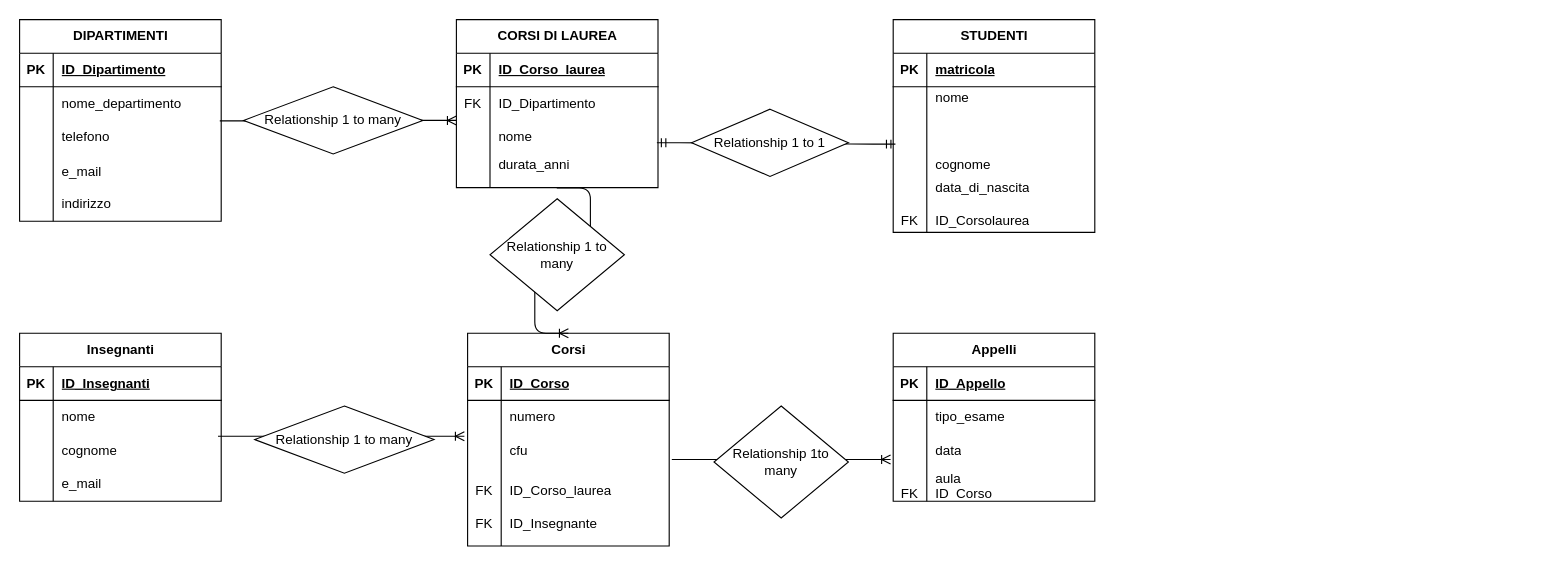
Earlier version of the draw.io diagram schema.dio (angelostori/db-university). Source tidied: cells renumbered, new cells numbered last; positions are measured from the earlier drawing's top-left corner, leaving out a move shared by most shapes. Both pictures are drawn from the tidied source at 112%, with x=0, y=0 at pixel (19, -575).
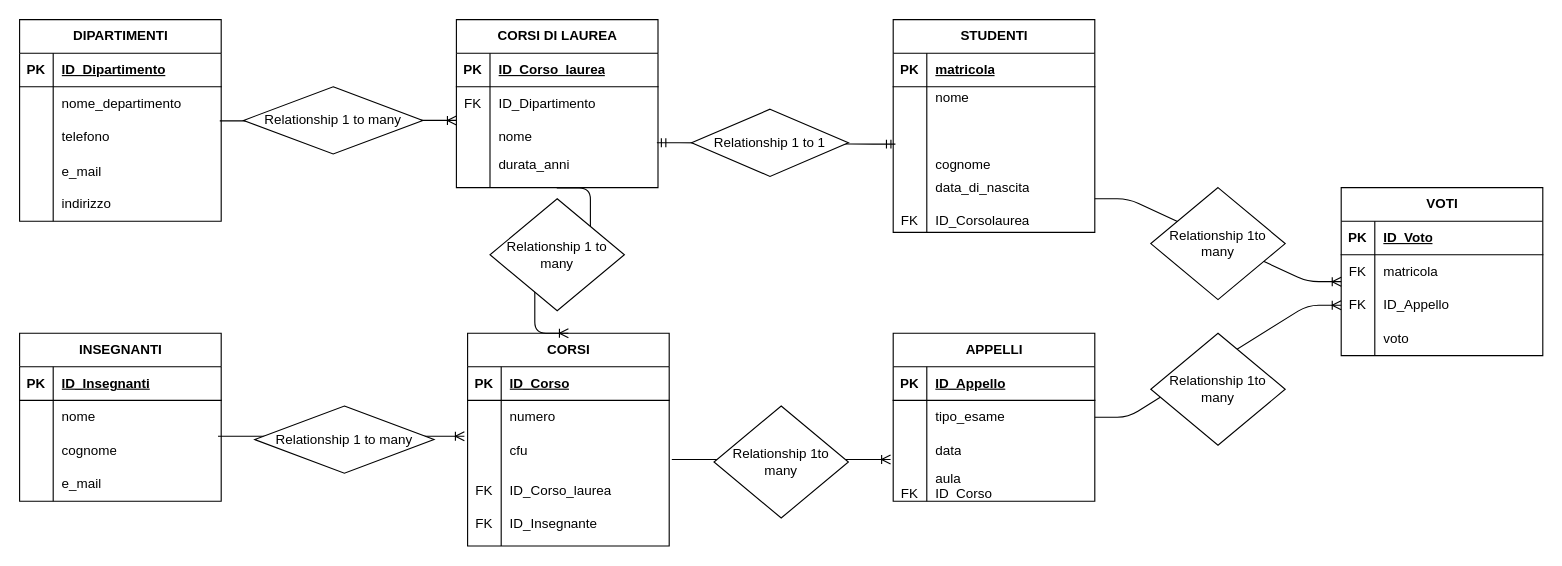
After the change.

Commit message:
Update schema to include Voti table and relationships

Unchanged cells that the change refers to:
```xml
<mxCell id="81" style="shape=tableRow;horizontal=0;startSize=0;swimlaneHead=0;swimlaneBody=0;fillColor=none;points=[[0,0.5],[1,0.5]];portConstraint=eastwest;top=0;left=0;right=0;bottom=0;" parent="77" vertex="1">
  <mxGeometry y="60" width="180" height="30" as="geometry" />
</mxCell>
```

The edit, as a diff of the source:
```diff
@@
-    <mxCell id="47" value="Corsi" style="shape=table;startSize=30;childLayout=tableLayout;rowLines=0;fontStyle=1;align=center;html=1;" parent="1" vertex="1">
+    <mxCell id="47" value="CORSI" style="shape=table;startSize=30;childLayout=tableLayout;rowLines=0;fontStyle=1;align=center;html=1;" parent="1" vertex="1">
       <mxGeometry x="400" y="810" width="180" height="190" as="geometry" />
     </mxCell>
@@
-    <mxCell id="62" value="Insegnanti" style="shape=table;startSize=30;childLayout=tableLayout;rowLines=0;fontStyle=1;align=center;html=1;" parent="1" vertex="1">
+    <mxCell id="62" value="INSEGNANTI" style="shape=table;startSize=30;childLayout=tableLayout;rowLines=0;fontStyle=1;align=center;html=1;" parent="1" vertex="1">
       <mxGeometry y="810" width="180" height="150" as="geometry" />
     </mxCell>
@@
-    <mxCell id="77" value="Appelli" style="shape=table;startSize=30;childLayout=tableLayout;rowLines=0;fontStyle=1;align=center;html=1;" parent="1" vertex="1">
+    <mxCell id="77" value="APPELLI" style="shape=table;startSize=30;childLayout=tableLayout;rowLines=0;fontStyle=1;align=center;html=1;" parent="1" vertex="1">
       <mxGeometry x="780" y="810" width="180" height="150" as="geometry" />
     </mxCell>
@@
+    <mxCell id="92" value="VOTI" style="shape=table;startSize=30;childLayout=tableLayout;rowLines=0;fontStyle=1;align=center;html=1;" parent="1" vertex="1">
+      <mxGeometry x="1180" y="680" width="180" height="150" as="geometry" />
+    </mxCell>
+    <mxCell id="93" style="shape=tableRow;horizontal=0;startSize=0;swimlaneHead=0;swimlaneBody=0;fillColor=none;top=0;left=0;right=0;bottom=1;" parent="92" vertex="1">
+      <mxGeometry y="30" width="180" height="30" as="geometry" />
+    </mxCell>
+    <mxCell id="94" value="PK" style="shape=partialRectangle;fillColor=none;top=0;left=0;bottom=0;right=0;fontStyle=1;overflow=hidden;whiteSpace=wrap;html=1;" parent="93" vertex="1">
+      <mxGeometry width="30" height="30" as="geometry" />
+    </mxCell>
+    <mxCell id="95" value="ID_Voto" style="shape=partialRectangle;fillColor=none;top=0;left=0;bottom=0;right=0;align=left;spacingLeft=6;fontStyle=5;overflow=hidden;whiteSpace=wrap;html=1;" parent="93" vertex="1">
+      <mxGeometry x="30" width="150" height="30" as="geometry" />
+    </mxCell>
+    <mxCell id="96" style="shape=tableRow;horizontal=0;startSize=0;swimlaneHead=0;swimlaneBody=0;fillColor=none;top=0;left=0;right=0;bottom=0;" parent="92" vertex="1">
+      <mxGeometry y="60" width="180" height="30" as="geometry" />
+    </mxCell>
+    <mxCell id="97" value="FK" style="shape=partialRectangle;fillColor=none;top=0;left=0;bottom=0;right=0;overflow=hidden;whiteSpace=wrap;html=1;" parent="96" vertex="1">
+      <mxGeometry width="30" height="30" as="geometry" />
+    </mxCell>
+    <mxCell id="98" value="matricola" style="shape=partialRectangle;fillColor=none;top=0;left=0;bottom=0;right=0;align=left;spacingLeft=6;overflow=hidden;whiteSpace=wrap;html=1;" parent="96" vertex="1">
+      <mxGeometry x="30" width="150" height="30" as="geometry" />
+    </mxCell>
+    <mxCell id="99" style="shape=tableRow;horizontal=0;startSize=0;swimlaneHead=0;swimlaneBody=0;fillColor=none;points=[[0,0.5],[1,0.5]];portConstraint=eastwest;top=0;left=0;right=0;bottom=0;" parent="92" vertex="1">
+      <mxGeometry y="90" width="180" height="30" as="geometry" />
+    </mxCell>
+    <mxCell id="100" value="FK" style="shape=partialRectangle;fillColor=none;top=0;left=0;bottom=0;right=0;overflow=hidden;whiteSpace=wrap;html=1;" parent="99" vertex="1">
+      <mxGeometry width="30" height="30" as="geometry" />
+    </mxCell>
+    <mxCell id="101" value="ID_Appello" style="shape=partialRectangle;fillColor=none;top=0;left=0;bottom=0;right=0;align=left;spacingLeft=6;overflow=hidden;whiteSpace=wrap;html=1;" parent="99" vertex="1">
+      <mxGeometry x="30" width="150" height="30" as="geometry" />
+    </mxCell>
+    <mxCell id="102" style="shape=tableRow;horizontal=0;startSize=0;swimlaneHead=0;swimlaneBody=0;fillColor=none;top=0;left=0;right=0;bottom=0;" parent="92" vertex="1">
+      <mxGeometry y="120" width="180" height="30" as="geometry" />
+    </mxCell>
+    <mxCell id="103" style="shape=partialRectangle;fillColor=none;top=0;left=0;bottom=0;right=0;overflow=hidden;whiteSpace=wrap;html=1;" parent="102" vertex="1">
+      <mxGeometry width="30" height="30" as="geometry" />
+    </mxCell>
+    <mxCell id="104" value="voto" style="shape=partialRectangle;fillColor=none;top=0;left=0;bottom=0;right=0;align=left;spacingLeft=6;overflow=hidden;whiteSpace=wrap;html=1;" parent="102" vertex="1">
+      <mxGeometry x="30" width="150" height="30" as="geometry" />
+    </mxCell>
+    <mxCell id="105" style="edgeStyle=entityRelationEdgeStyle;fontSize=12;html=1;endArrow=ERoneToMany;" parent="1" edge="1">
+      <mxGeometry relative="1" as="geometry">
+        <mxPoint x="960" y="690" as="sourcePoint" />
+        <mxPoint x="1180" y="764" as="targetPoint" />
+      </mxGeometry>
+    </mxCell>
+    <mxCell id="106" style="edgeStyle=entityRelationEdgeStyle;fontSize=12;html=1;endArrow=ERoneToMany;exitX=1;exitY=0.5;exitDx=0;exitDy=0;entryX=0;entryY=0.5;entryDx=0;entryDy=0;" parent="1" edge="1" source="81" target="99">
+      <mxGeometry relative="1" as="geometry" />
+    </mxCell>
+    <mxCell id="107" value="Relationship 1to many" style="shape=rhombus;perimeter=rhombusPerimeter;whiteSpace=wrap;html=1;align=center;" parent="1" vertex="1">
+      <mxGeometry x="1010" y="680" width="120" height="100" as="geometry" />
+    </mxCell>
+    <mxCell id="108" value="Relationship 1to many" style="shape=rhombus;perimeter=rhombusPerimeter;whiteSpace=wrap;html=1;align=center;" parent="1" vertex="1">
+      <mxGeometry x="1010" y="810" width="120" height="100" as="geometry" />
+    </mxCell>
```
